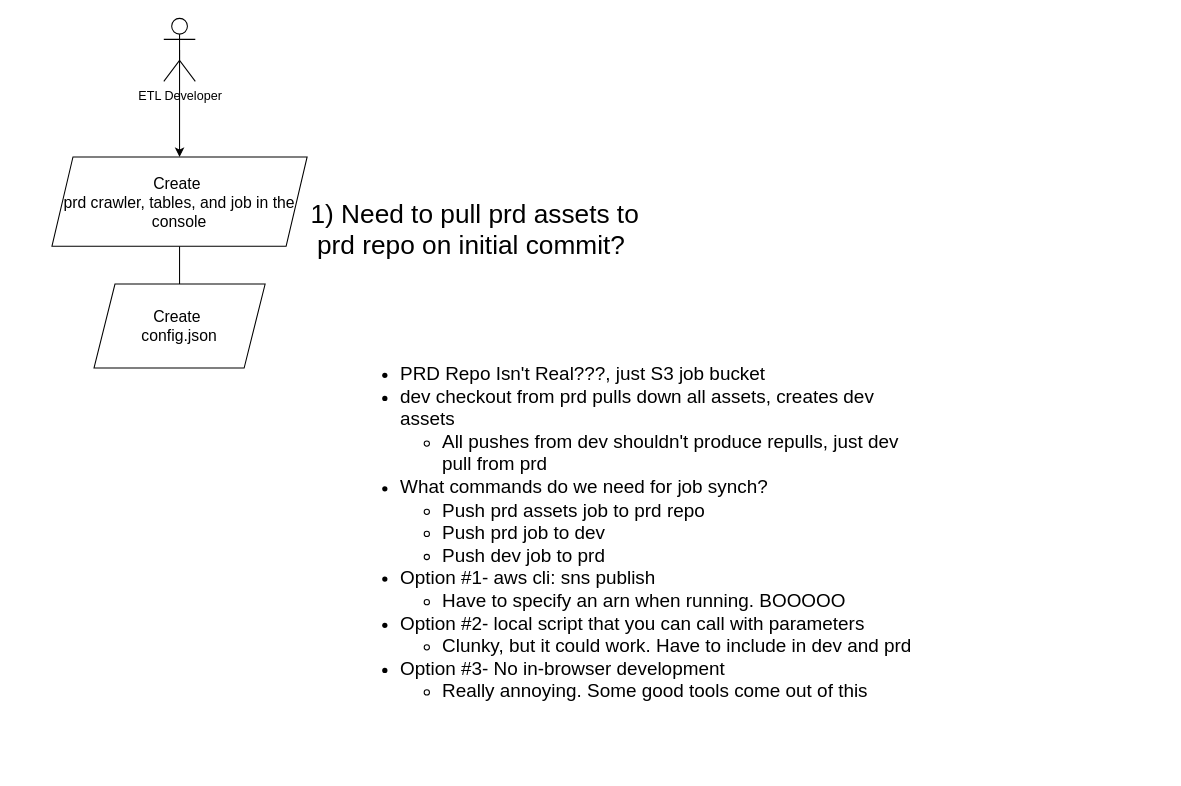
Above: page "User Flow" (4 of 6) of app_design.drawio in garciat29/porter_serverless (draw.io), before the change. Source tidied: cells renumbered, new cells numbered last; positions are measured from the earlier drawing's top-left corner, leaving out a move shared by most shapes. Both pictures are drawn from the tidied source at 105%, with x=0, y=0 at pixel (51, 18).
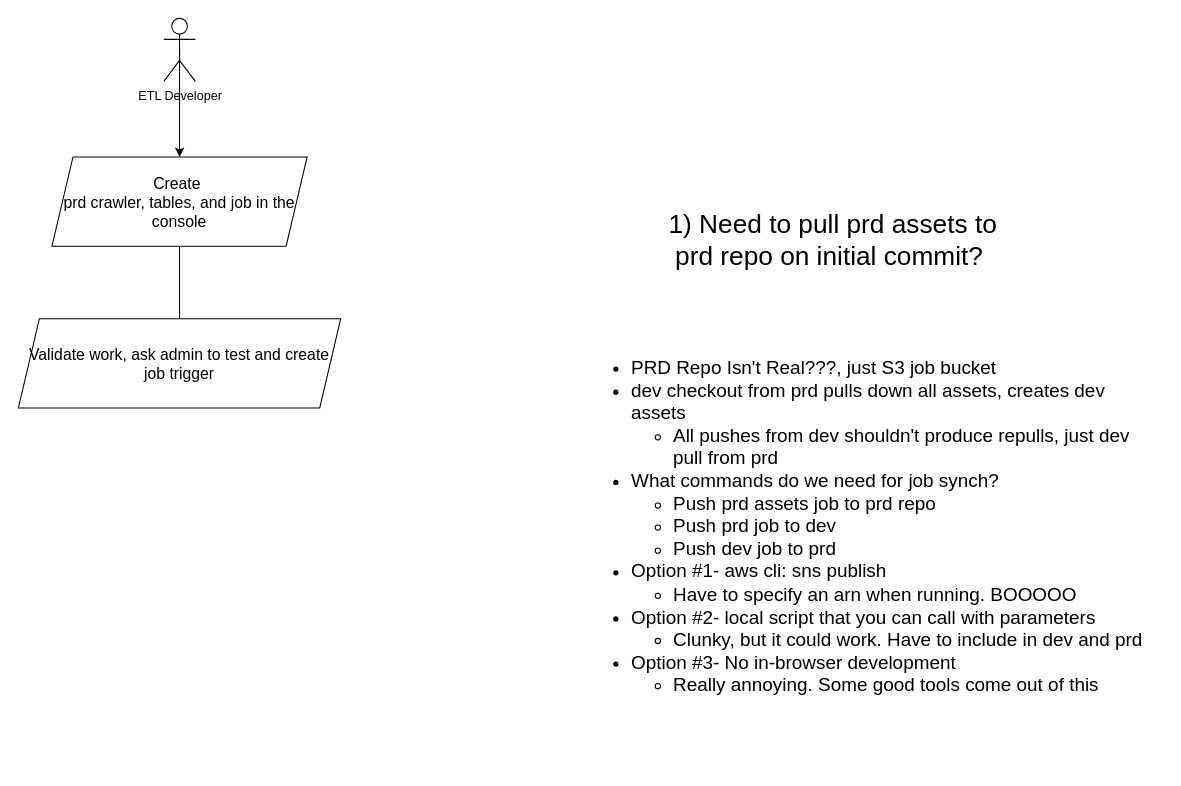
After the change.

Change to the diagram source:
```diff
@@
 <mxGraphModel>
   <root>
     <mxCell id="0" />
     <mxCell id="1" parent="0" />
     <mxCell id="2" value="ETL Developer" style="shape=umlActor;verticalLabelPosition=bottom;verticalAlign=top;html=1;outlineConnect=0;" parent="1" vertex="1">
       <mxGeometry x="106.5" width="30" height="60" as="geometry" />
     </mxCell>
     <mxCell id="3" style="edgeStyle=orthogonalEdgeStyle;rounded=0;jettySize=auto;html=1;exitX=0.5;exitY=0;exitDx=0;exitDy=0;entryX=0.5;entryY=0.5;entryDx=0;entryDy=0;entryPerimeter=0;startArrow=classic;startFill=1;endArrow=none;endFill=0;strokeColor=#000000;strokeWidth=1;fontSize=15;" parent="1" edge="1" source="5" target="2">
       <mxGeometry relative="1" as="geometry" />
     </mxCell>
-    <mxCell id="4" style="edgeStyle=orthogonalEdgeStyle;rounded=0;jettySize=auto;html=1;exitX=0.5;exitY=1;exitDx=0;exitDy=0;entryX=0.5;entryY=0;entryDx=0;entryDy=0;startArrow=none;startFill=0;endArrow=none;endFill=0;strokeColor=#000000;strokeWidth=1;fontSize=25;" parent="1" edge="1" source="5" target="6">
+    <mxCell id="4" style="edgeStyle=orthogonalEdgeStyle;rounded=0;jettySize=auto;html=1;exitX=0.5;exitY=1;exitDx=0;exitDy=0;startArrow=none;startFill=0;endArrow=none;endFill=0;strokeColor=#000000;strokeWidth=1;fontSize=25;entryX=0.5;entryY=0;entryDx=0;entryDy=0;" parent="1" edge="1" source="5" target="9">
       <mxGeometry relative="1" as="geometry" />
     </mxCell>
     <mxCell id="5" value="Create&amp;nbsp;&lt;br&gt;prd crawler, tables, and job in the console" style="shape=parallelogram;perimeter=parallelogramPerimeter;whiteSpace=wrap;html=1;fixedSize=1;strokeColor=#000000;fontSize=15;align=center;" parent="1" vertex="1">
       <mxGeometry y="132" width="243" height="85" as="geometry" />
     </mxCell>
-    <mxCell id="6" value="Create&amp;nbsp;&lt;br&gt;config.json" style="shape=parallelogram;perimeter=parallelogramPerimeter;whiteSpace=wrap;html=1;fixedSize=1;strokeColor=#000000;fontSize=15;align=center;" parent="1" vertex="1">
-      <mxGeometry x="40" y="253" width="163" height="80" as="geometry" />
-    </mxCell>
     <mxCell id="7" value="1) Need to pull prd assets to prd repo on initial commit?&amp;nbsp;" style="text;html=1;strokeColor=none;fillColor=none;align=center;verticalAlign=middle;whiteSpace=wrap;rounded=0;fontSize=25;" parent="1" vertex="1">
-      <mxGeometry x="233" y="168" width="340" height="63" as="geometry" />
+      <mxGeometry x="574" y="178" width="340" height="63" as="geometry" />
     </mxCell>
     <mxCell id="8" value="&lt;ul&gt;&lt;li&gt;PRD Repo Isn't Real???, just S3 job bucket&lt;/li&gt;&lt;li&gt;dev checkout from prd pulls down all assets, creates dev assets&lt;/li&gt;&lt;ul&gt;&lt;li&gt;All pushes from dev shouldn't produce repulls, just dev pull from prd&lt;/li&gt;&lt;/ul&gt;&lt;li&gt;What commands do we need for job synch?&lt;/li&gt;&lt;ul&gt;&lt;li&gt;Push prd assets job to prd repo&lt;/li&gt;&lt;li&gt;Push prd job to dev&lt;/li&gt;&lt;li&gt;Push dev job to prd&lt;/li&gt;&lt;/ul&gt;&lt;li&gt;Option #1- aws cli: sns publish&lt;/li&gt;&lt;ul&gt;&lt;li&gt;Have to specify an arn when running. BOOOOO&lt;/li&gt;&lt;/ul&gt;&lt;li&gt;Option #2- local script that you can call with parameters&lt;/li&gt;&lt;ul&gt;&lt;li&gt;Clunky, but it could work. Have to include in dev and prd&lt;/li&gt;&lt;/ul&gt;&lt;li&gt;Option #3- No in-browser development&lt;/li&gt;&lt;ul&gt;&lt;li&gt;Really annoying. Some good tools come out of this&lt;/li&gt;&lt;/ul&gt;&lt;/ul&gt;" style="text;html=1;strokeColor=none;fillColor=none;align=left;verticalAlign=top;whiteSpace=wrap;rounded=0;fontSize=18;" parent="1" vertex="1">
-      <mxGeometry x="290" y="304" width="548" height="410" as="geometry" />
+      <mxGeometry x="510" y="298" width="548" height="410" as="geometry" />
     </mxCell>
+    <mxCell id="9" value="Validate work, ask admin to test and create job trigger" style="shape=parallelogram;perimeter=parallelogramPerimeter;whiteSpace=wrap;html=1;fixedSize=1;strokeColor=#000000;fontSize=15;align=center;" parent="1" vertex="1">
+      <mxGeometry x="-32" y="286" width="307" height="85" as="geometry" />
+    </mxCell>
   </root>
 </mxGraphModel>
```
